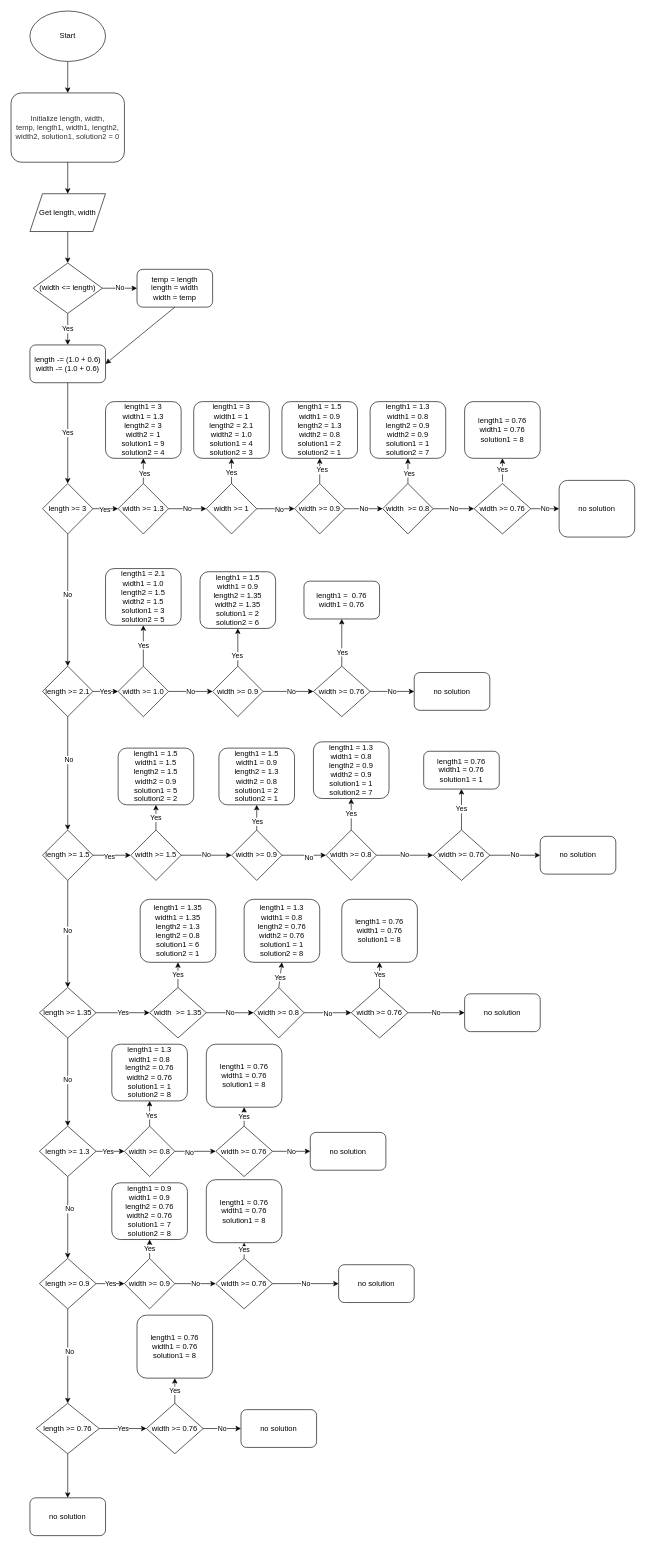
Before: Untitled Diagram.drawio in rinsukiyo/CPT111-Assignment, a draw.io diagram. Source tidied: cells renumbered, new cells numbered last; positions are measured from the earlier drawing's top-left corner, leaving out a move shared by most shapes. Both pictures are drawn from the tidied source at 63%, with x=0, y=0 at pixel (11, 11).
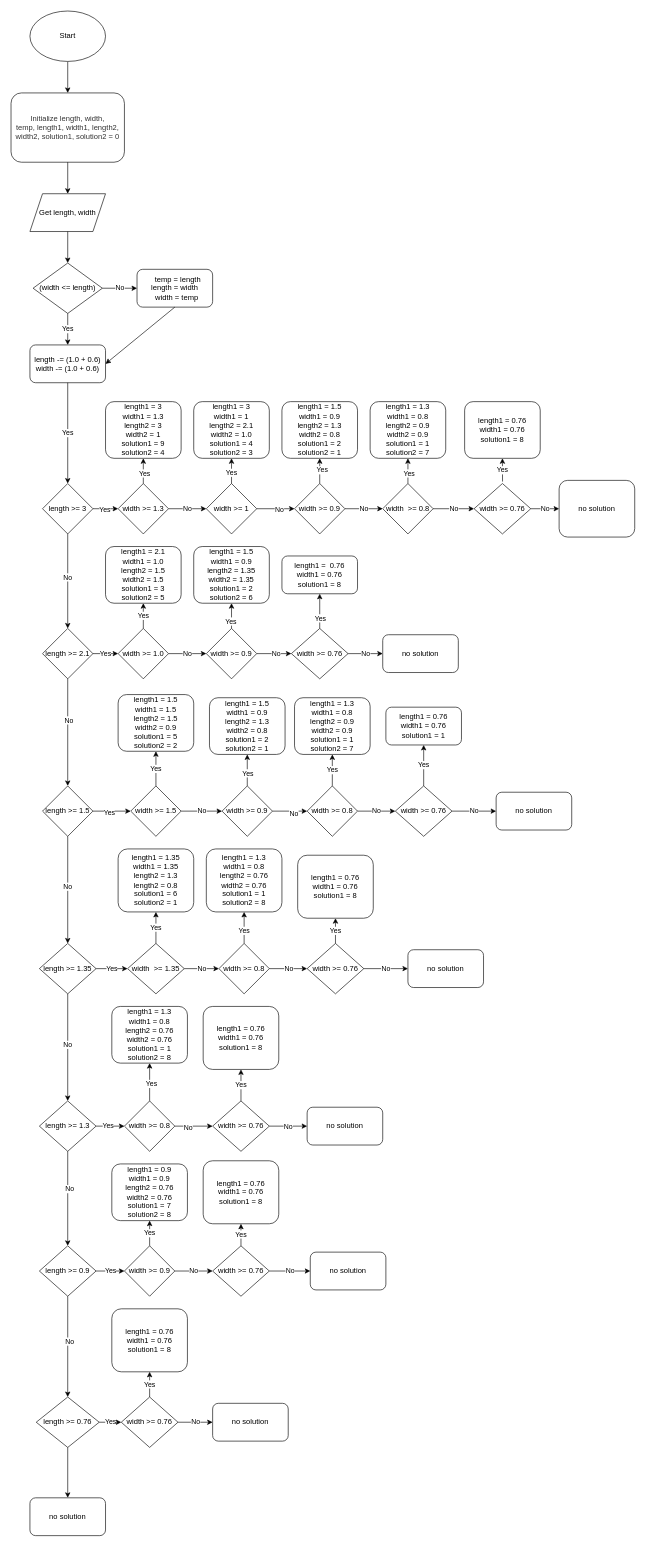
The same page after the edit.

Diff of the diagram source:
```diff
@@
-    <mxCell id="11" value="temp = length&lt;br&gt;length = width&lt;br&gt;width = temp" style="rounded=1;whiteSpace=wrap;html=1;" parent="1" vertex="1">
+    <mxCell id="11" value="&amp;nbsp; &amp;nbsp;temp = length&lt;br&gt;length = width&lt;br&gt;&amp;nbsp; width = temp" style="rounded=1;whiteSpace=wrap;html=1;align=center;" parent="1" vertex="1">
       <mxGeometry x="200" y="410" width="120" height="60" as="geometry" />
     </mxCell>
@@
     <mxCell id="23" value="length &amp;gt;= 2.1" style="rhombus;whiteSpace=wrap;html=1;" parent="1" vertex="1">
-      <mxGeometry x="50" y="1040" width="80" height="80" as="geometry" />
+      <mxGeometry x="50" y="980" width="80" height="80" as="geometry" />
     </mxCell>
@@
     <mxCell id="26" value="length &amp;gt;= 1.5" style="rhombus;whiteSpace=wrap;html=1;" parent="1" vertex="1">
-      <mxGeometry x="50" y="1300" width="80" height="80" as="geometry" />
+      <mxGeometry x="50" y="1230" width="80" height="80" as="geometry" />
     </mxCell>
@@
     <mxCell id="29" value="length &amp;gt;= 1.35" style="rhombus;whiteSpace=wrap;html=1;" parent="1" vertex="1">
-      <mxGeometry x="45" y="1550" width="90" height="80" as="geometry" />
+      <mxGeometry x="45" y="1480" width="90" height="80" as="geometry" />
     </mxCell>
@@
     <mxCell id="32" value="length &amp;gt;= 1.3" style="rhombus;whiteSpace=wrap;html=1;" parent="1" vertex="1">
-      <mxGeometry x="45" y="1770" width="90" height="80" as="geometry" />
+      <mxGeometry x="45" y="1730" width="90" height="80" as="geometry" />
     </mxCell>
@@
     <mxCell id="37" value="length &amp;gt;= 0.76" style="rhombus;whiteSpace=wrap;html=1;" parent="1" vertex="1">
-      <mxGeometry x="40" y="2210" width="100" height="80" as="geometry" />
+      <mxGeometry x="40" y="2200" width="100" height="80" as="geometry" />
     </mxCell>
@@
-    <mxCell id="40" value="length1 = 3&lt;br&gt;width1 = 1.3&lt;br&gt;length2 = 3&lt;br&gt;width2 = 1&lt;br&gt;solution1 = 9&lt;br&gt;solution2 = 4" style="rounded=1;whiteSpace=wrap;html=1;" parent="1" vertex="1">
+    <mxCell id="40" value="length1 = 3&lt;br&gt;width1 = 1.3&lt;br&gt;length2 = 3&lt;br&gt;width2 = 1&lt;br&gt;solution1 = 9&lt;br&gt;solution2 = 4" style="rounded=1;whiteSpace=wrap;html=1;align=center;" parent="1" vertex="1">
       <mxGeometry x="150" y="620" width="120" height="90" as="geometry" />
     </mxCell>
@@
     <mxCell id="45" value="width &amp;gt;= 1.0" style="rhombus;whiteSpace=wrap;html=1;" parent="1" vertex="1">
-      <mxGeometry x="170" y="1040" width="80" height="80" as="geometry" />
+      <mxGeometry x="170" y="980" width="80" height="80" as="geometry" />
     </mxCell>
@@
     <mxCell id="47" value="length1 = 2.1&lt;br&gt;width1 = 1.0&lt;br&gt;length2 = 1.5&lt;br&gt;width2 = 1.5&lt;br&gt;solution1 = 3&lt;br&gt;solution2 = 5" style="rounded=1;whiteSpace=wrap;html=1;" parent="1" vertex="1">
-      <mxGeometry x="150" y="885" width="120" height="90" as="geometry" />
+      <mxGeometry x="150" y="850" width="120" height="90" as="geometry" />
     </mxCell>
@@
     <mxCell id="51" value="width &amp;gt;= 0.9" style="rhombus;whiteSpace=wrap;html=1;" parent="1" vertex="1">
-      <mxGeometry x="320" y="1040" width="80" height="80" as="geometry" />
+      <mxGeometry x="310" y="980" width="80" height="80" as="geometry" />
     </mxCell>
-    <mxCell id="52" style="endArrow=classic;html=1;rounded=0;entryX=0.5;entryY=1;entryDx=0;entryDy=0;" parent="1" edge="1" target="54">
-      <mxGeometry relative="1" as="geometry">
-        <mxPoint x="360" y="1040" as="sourcePoint" />
-      </mxGeometry>
+    <mxCell id="52" style="endArrow=classic;html=1;rounded=0;entryX=0.5;entryY=1;entryDx=0;entryDy=0;exitX=0.5;exitY=0;exitDx=0;exitDy=0;" parent="1" edge="1" source="51" target="54">
+      <mxGeometry relative="1" as="geometry" />
     </mxCell>
@@
     <mxCell id="54" value="length1 = 1.5&lt;br&gt;width1 = 0.9&lt;br&gt;length2 = 1.35&lt;br&gt;width2 = 1.35&lt;br&gt;solution1 = 2&lt;br&gt;solution2 = 6" style="rounded=1;whiteSpace=wrap;html=1;" parent="1" vertex="1">
-      <mxGeometry x="300" y="890" width="120" height="90" as="geometry" />
+      <mxGeometry x="290" y="850" width="120" height="90" as="geometry" />
     </mxCell>
     <mxCell id="55" value="width &amp;gt;= 0.76" style="rhombus;whiteSpace=wrap;html=1;" parent="1" vertex="1">
-      <mxGeometry x="480" y="1040" width="90" height="80" as="geometry" />
+      <mxGeometry x="445" y="980" width="90" height="80" as="geometry" />
     </mxCell>
@@
-    <mxCell id="60" value="length1 = &amp;nbsp;0.76&lt;br&gt;width1 = 0.76" style="rounded=1;whiteSpace=wrap;html=1;" parent="1" vertex="1">
-      <mxGeometry x="465" y="905" width="120" height="60" as="geometry" />
+    <mxCell id="60" value="length1 = &amp;nbsp;0.76&lt;br&gt;width1 = 0.76&lt;br&gt;solution1 = 8" style="rounded=1;whiteSpace=wrap;html=1;" parent="1" vertex="1">
+      <mxGeometry x="430" y="865" width="120" height="60" as="geometry" />
     </mxCell>
     <mxCell id="61" value="width &amp;gt;= 1.5" style="rhombus;whiteSpace=wrap;html=1;" parent="1" vertex="1">
-      <mxGeometry x="190" y="1300" width="80" height="80" as="geometry" />
+      <mxGeometry x="190" y="1230" width="80" height="80" as="geometry" />
     </mxCell>
@@
     <mxCell id="63" value="width &amp;gt;= 0.9" style="rhombus;whiteSpace=wrap;html=1;" parent="1" vertex="1">
-      <mxGeometry x="350" y="1300" width="80" height="80" as="geometry" />
+      <mxGeometry x="335" y="1230" width="80" height="80" as="geometry" />
     </mxCell>
     <mxCell id="64" value="length1 = 1.5&lt;br&gt;width1 = 1.5&lt;br&gt;length2 = 1.5&lt;br&gt;width2 = 0.9&lt;br&gt;solution1 = 5&lt;br&gt;solution2 = 2" style="rounded=1;whiteSpace=wrap;html=1;" parent="1" vertex="1">
-      <mxGeometry x="170" y="1170" width="120" height="90" as="geometry" />
+      <mxGeometry x="170" y="1085" width="120" height="90" as="geometry" />
     </mxCell>
@@
     <mxCell id="84" value="no solution" style="rounded=1;whiteSpace=wrap;html=1;" parent="1" vertex="1">
-      <mxGeometry x="640" y="1050" width="120" height="60" as="geometry" />
+      <mxGeometry x="590" y="990" width="120" height="60" as="geometry" />
     </mxCell>
     <mxCell id="85" value="width &amp;gt;= 0.8" style="rhombus;whiteSpace=wrap;html=1;" parent="1" vertex="1">
-      <mxGeometry x="500" y="1300" width="80" height="80" as="geometry" />
+      <mxGeometry x="470" y="1230" width="80" height="80" as="geometry" />
     </mxCell>
@@
     <mxCell id="88" value="length1 = 1.5&lt;br&gt;width1 = 0.9&lt;br&gt;length2 = 1.3&lt;br&gt;width2 = 0.8&lt;br&gt;solution1 = 2&lt;br&gt;solution2 = 1" style="rounded=1;whiteSpace=wrap;html=1;" parent="1" vertex="1">
-      <mxGeometry x="330" y="1170" width="120" height="90" as="geometry" />
+      <mxGeometry x="315" y="1090" width="120" height="90" as="geometry" />
     </mxCell>
@@
     <mxCell id="92" value="length1 = 1.3&lt;br&gt;width1 = 0.8&lt;br&gt;length2 = 0.9&lt;br&gt;width2 = 0.9&lt;br&gt;solution1 = 1&lt;br&gt;solution2 = 7" style="rounded=1;whiteSpace=wrap;html=1;" parent="1" vertex="1">
-      <mxGeometry x="480" y="1160" width="120" height="90" as="geometry" />
+      <mxGeometry x="450" y="1090" width="120" height="90" as="geometry" />
     </mxCell>
@@
     <mxCell id="94" value="length &amp;gt;= 0.9" style="rhombus;whiteSpace=wrap;html=1;" parent="1" vertex="1">
-      <mxGeometry x="45" y="1980" width="90" height="80" as="geometry" />
+      <mxGeometry x="45" y="1960" width="90" height="80" as="geometry" />
     </mxCell>
@@
     <mxCell id="96" value="width &amp;gt;= 0.76" style="rhombus;whiteSpace=wrap;html=1;" parent="1" vertex="1">
-      <mxGeometry x="670" y="1300" width="90" height="80" as="geometry" />
+      <mxGeometry x="610" y="1230" width="90" height="80" as="geometry" />
     </mxCell>
@@
     <mxCell id="98" value="length1 = 0.76&lt;br&gt;width1 = 0.76&lt;br&gt;solution1 = 1" style="rounded=1;whiteSpace=wrap;html=1;" parent="1" vertex="1">
-      <mxGeometry x="655" y="1175" width="120" height="60" as="geometry" />
+      <mxGeometry x="595" y="1105" width="120" height="60" as="geometry" />
     </mxCell>
@@
     <mxCell id="100" value="width &amp;nbsp;&amp;gt;= 1.35" style="rhombus;whiteSpace=wrap;html=1;" parent="1" vertex="1">
-      <mxGeometry x="220" y="1550" width="90" height="80" as="geometry" />
+      <mxGeometry x="185" y="1480" width="90" height="80" as="geometry" />
     </mxCell>
@@
     <mxCell id="102" value="width &amp;gt;= 0.8" style="rhombus;whiteSpace=wrap;html=1;" parent="1" vertex="1">
-      <mxGeometry x="385" y="1550" width="80" height="80" as="geometry" />
+      <mxGeometry x="330" y="1480" width="80" height="80" as="geometry" />
     </mxCell>
     <mxCell id="103" value="width &amp;gt;= 0.76" style="rhombus;whiteSpace=wrap;html=1;" parent="1" vertex="1">
-      <mxGeometry x="540" y="1550" width="90" height="80" as="geometry" />
+      <mxGeometry x="470" y="1480" width="90" height="80" as="geometry" />
     </mxCell>
@@
     <mxCell id="106" value="length1 = 1.35&lt;br&gt;width1 = 1.35&lt;br&gt;length2 = 1.3&lt;br&gt;length2 = 0.8&lt;br&gt;solution1 = 6&lt;br&gt;solution2 = 1" style="rounded=1;whiteSpace=wrap;html=1;" parent="1" vertex="1">
-      <mxGeometry x="205" y="1410" width="120" height="100" as="geometry" />
+      <mxGeometry x="170" y="1330" width="120" height="100" as="geometry" />
     </mxCell>
@@
     <mxCell id="108" value="length1 = 1.3&lt;br&gt;width1 = 0.8&lt;br&gt;length2 = 0.76&lt;br&gt;width2 = 0.76&lt;br&gt;solution1 = 1&lt;br&gt;solution2 = 8" style="rounded=1;whiteSpace=wrap;html=1;" parent="1" vertex="1">
-      <mxGeometry x="370" y="1410" width="120" height="100" as="geometry" />
+      <mxGeometry x="310" y="1330" width="120" height="100" as="geometry" />
     </mxCell>
@@
     <mxCell id="110" value="length1 = 0.76&lt;br&gt;width1 = 0.76&lt;br&gt;solution1 = 8" style="rounded=1;whiteSpace=wrap;html=1;" parent="1" vertex="1">
-      <mxGeometry x="525" y="1410" width="120" height="100" as="geometry" />
+      <mxGeometry x="455" y="1340" width="120" height="100" as="geometry" />
     </mxCell>
     <mxCell id="111" value="no solution" style="rounded=1;whiteSpace=wrap;html=1;" parent="1" vertex="1">
-      <mxGeometry x="720" y="1560" width="120" height="60" as="geometry" />
+      <mxGeometry x="630" y="1490" width="120" height="60" as="geometry" />
     </mxCell>
@@
     <mxCell id="115" value="width &amp;gt;= 0.8" style="rhombus;whiteSpace=wrap;html=1;" parent="1" vertex="1">
-      <mxGeometry x="180" y="1770" width="80" height="80" as="geometry" />
+      <mxGeometry x="180" y="1730" width="80" height="80" as="geometry" />
     </mxCell>
@@
     <mxCell id="118" value="length1 = 1.3&lt;br&gt;width1 = 0.8&lt;br&gt;length2 = 0.76&lt;br&gt;width2 = 0.76&lt;br&gt;solution1 = 1&lt;br&gt;solution2 = 8" style="rounded=1;whiteSpace=wrap;html=1;" parent="1" vertex="1">
-      <mxGeometry x="160" y="1640" width="120" height="90" as="geometry" />
+      <mxGeometry x="160" y="1580" width="120" height="90" as="geometry" />
     </mxCell>
     <mxCell id="119" value="width &amp;gt;= 0.76" style="rhombus;whiteSpace=wrap;html=1;" parent="1" vertex="1">
-      <mxGeometry x="325" y="1770" width="90" height="80" as="geometry" />
+      <mxGeometry x="320" y="1730" width="90" height="80" as="geometry" />
     </mxCell>
@@
     <mxCell id="121" value="length1 = 0.76&lt;br&gt;width1 = 0.76&lt;br&gt;solution1 = 8" style="rounded=1;whiteSpace=wrap;html=1;" parent="1" vertex="1">
-      <mxGeometry x="310" y="1640" width="120" height="100" as="geometry" />
+      <mxGeometry x="305" y="1580" width="120" height="100" as="geometry" />
     </mxCell>
     <mxCell id="122" value="no solution" style="rounded=1;whiteSpace=wrap;html=1;" parent="1" vertex="1">
-      <mxGeometry x="475" y="1780" width="120" height="60" as="geometry" />
+      <mxGeometry x="470" y="1740" width="120" height="60" as="geometry" />
     </mxCell>
@@
     <mxCell id="128" value="width &amp;gt;= 0.9" style="rhombus;whiteSpace=wrap;html=1;" parent="1" vertex="1">
-      <mxGeometry x="180" y="1980" width="80" height="80" as="geometry" />
+      <mxGeometry x="180" y="1960" width="80" height="80" as="geometry" />
     </mxCell>
     <mxCell id="129" value="length1 = 0.9&lt;br&gt;width1 = 0.9&lt;br&gt;length2 = 0.76&lt;br&gt;width2 = 0.76&lt;br&gt;solution1 = 7&lt;br&gt;solution2 = 8" style="rounded=1;whiteSpace=wrap;html=1;" parent="1" vertex="1">
-      <mxGeometry x="160" y="1860" width="120" height="90" as="geometry" />
+      <mxGeometry x="160" y="1830" width="120" height="90" as="geometry" />
     </mxCell>
@@
     <mxCell id="131" value="width &amp;gt;= 0.76" style="rhombus;whiteSpace=wrap;html=1;" parent="1" vertex="1">
-      <mxGeometry x="325" y="1980" width="90" height="80" as="geometry" />
+      <mxGeometry x="320" y="1960" width="90" height="80" as="geometry" />
     </mxCell>
@@
     <mxCell id="133" value="length1 = 0.76&lt;br&gt;width1 = 0.76&lt;br&gt;solution1 = 8" style="rounded=1;whiteSpace=wrap;html=1;" parent="1" vertex="1">
-      <mxGeometry x="310" y="1855" width="120" height="100" as="geometry" />
+      <mxGeometry x="305" y="1825" width="120" height="100" as="geometry" />
     </mxCell>
     <mxCell id="134" value="no solution" style="rounded=1;whiteSpace=wrap;html=1;" parent="1" vertex="1">
-      <mxGeometry x="520" y="1990" width="120" height="60" as="geometry" />
+      <mxGeometry x="475" y="1970" width="120" height="60" as="geometry" />
     </mxCell>
@@
     <mxCell id="137" value="width &amp;gt;= 0.76" style="rhombus;whiteSpace=wrap;html=1;" parent="1" vertex="1">
-      <mxGeometry x="215" y="2210" width="90" height="80" as="geometry" />
+      <mxGeometry x="175" y="2200" width="90" height="80" as="geometry" />
     </mxCell>
@@
     <mxCell id="139" value="length1 = 0.76&lt;br&gt;width1 = 0.76&lt;br&gt;solution1 = 8" style="rounded=1;whiteSpace=wrap;html=1;" parent="1" vertex="1">
-      <mxGeometry x="200" y="2070" width="120" height="100" as="geometry" />
+      <mxGeometry x="160" y="2060" width="120" height="100" as="geometry" />
     </mxCell>
     <mxCell id="140" value="no solution" style="rounded=1;whiteSpace=wrap;html=1;" parent="1" vertex="1">
-      <mxGeometry x="365" y="2220" width="120" height="60" as="geometry" />
+      <mxGeometry x="320" y="2210" width="120" height="60" as="geometry" />
     </mxCell>
@@
     <mxCell id="146" value="no solution" style="rounded=1;whiteSpace=wrap;html=1;" parent="1" vertex="1">
-      <mxGeometry x="840" y="1310" width="120" height="60" as="geometry" />
+      <mxGeometry x="770" y="1240" width="120" height="60" as="geometry" />
     </mxCell>
```
